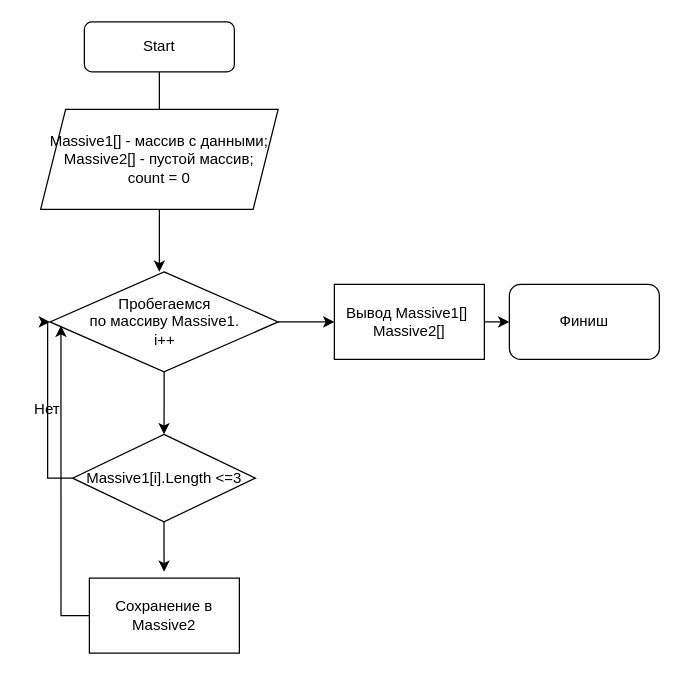
Earlier version of the draw.io diagram BlockDiagram.drawio (zxsolid/FinalWorkOfTheFirstQuarter). Source tidied: cells renumbered, new cells numbered last; positions are measured from the earlier drawing's top-left corner, leaving out a move shared by most shapes. Both pictures are drawn from the tidied source at 125%, with x=0, y=0 at pixel (21, 21).
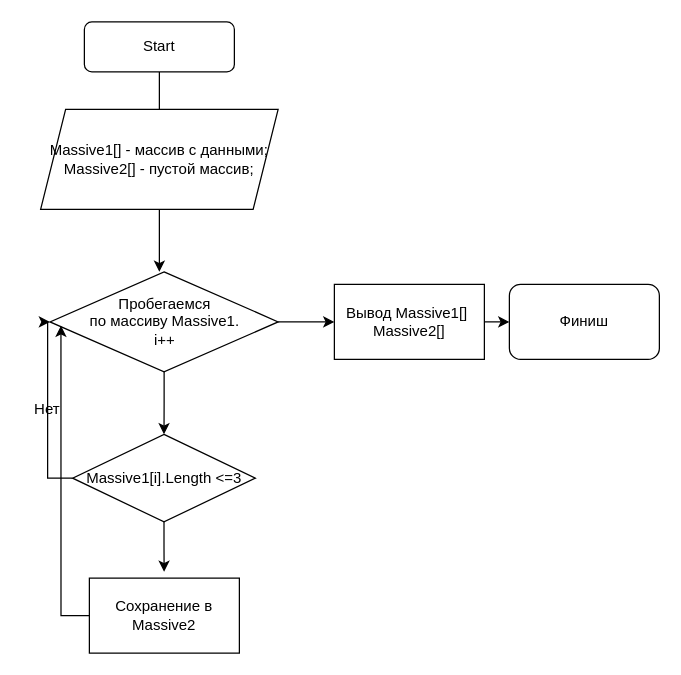
After the change.

Diff of the diagram source:
```diff
@@
-    <mxCell id="5" value="Massive1[] - массив с данными;&lt;br&gt;Massive2[] - пустой массив;&lt;br&gt;count = 0" style="shape=parallelogram;perimeter=parallelogramPerimeter;whiteSpace=wrap;html=1;fixedSize=1;" parent="1" vertex="1">
+    <mxCell id="5" value="Massive1[] - массив с данными;&lt;br&gt;Massive2[] - пустой массив;" style="shape=parallelogram;perimeter=parallelogramPerimeter;whiteSpace=wrap;html=1;fixedSize=1;" parent="1" vertex="1">
       <mxGeometry x="15" y="70" width="190" height="80" as="geometry" />
     </mxCell>
```
